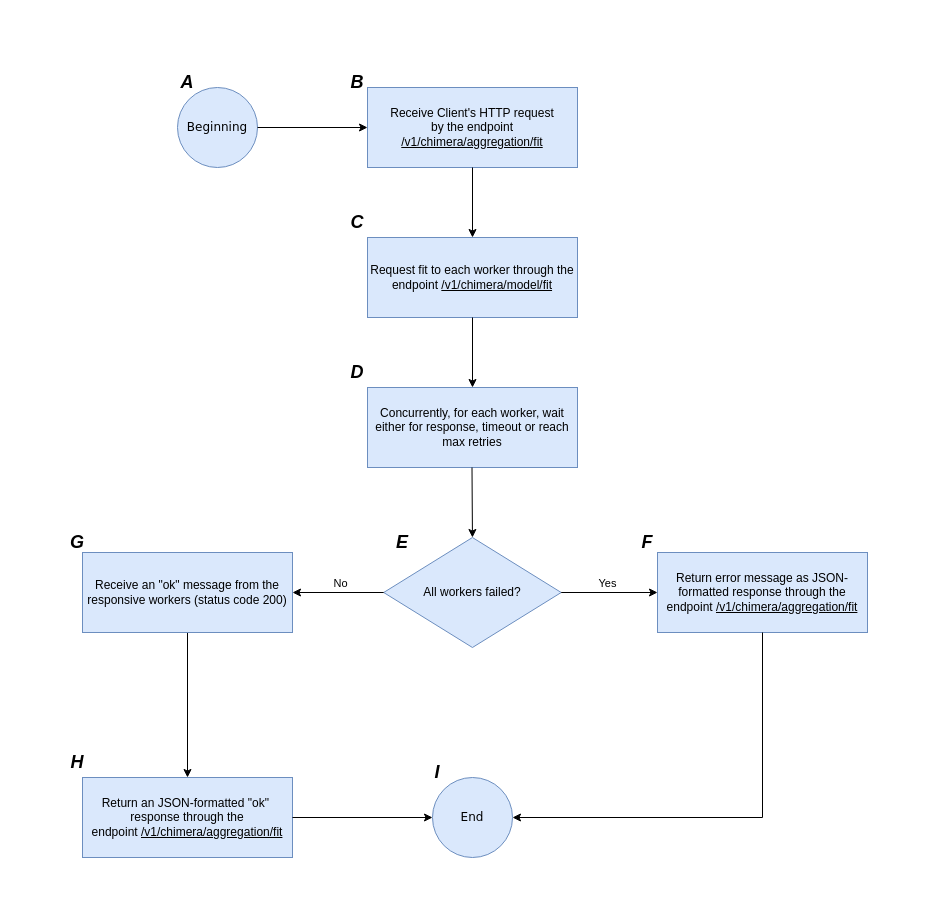
Before: images/master/aggregation_master_fit_state_machine_flowchart.drawio in Samirnunes/chimera, a draw.io diagram. Source tidied: cells renumbered, new cells numbered last; positions are measured from the earlier drawing's top-left corner, leaving out a move shared by most shapes. Both pictures are drawn from the tidied source at 100%, with x=0, y=0 at pixel (17, 17).
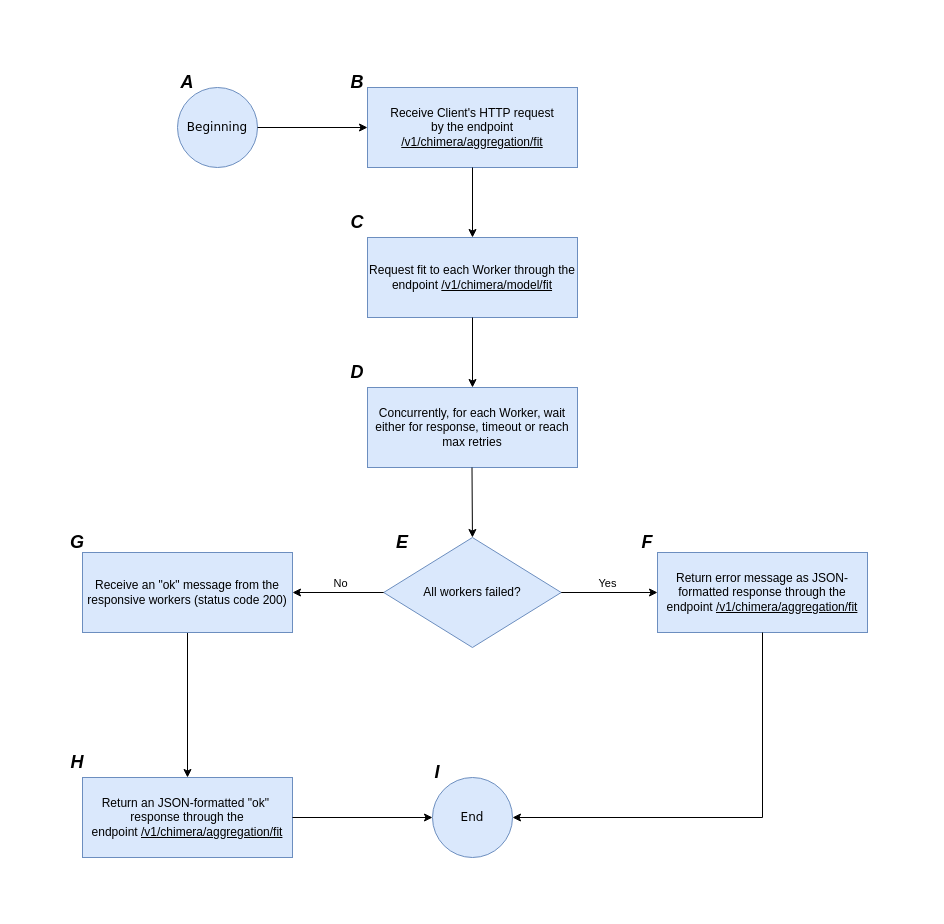
Above is the later version.

Diff of the diagram source:
```diff
@@
-    <mxCell id="6" value="Request fit to each worker through the endpoint &lt;u&gt;/v1/chimera/model/fit&lt;/u&gt;" style="rounded=0;whiteSpace=wrap;html=1;fillColor=#dae8fc;strokeColor=#6c8ebf;" parent="1" vertex="1">
+    <mxCell id="6" value="Request fit to each Worker through the endpoint &lt;u&gt;/v1/chimera/model/fit&lt;/u&gt;" style="rounded=0;whiteSpace=wrap;html=1;fillColor=#dae8fc;strokeColor=#6c8ebf;" parent="1" vertex="1">
       <mxGeometry x="350" y="220" width="210" height="80" as="geometry" />
     </mxCell>
@@
-    <mxCell id="14" value="Concurrently, for each worker, wait either for response, timeout or reach max retries" style="rounded=0;whiteSpace=wrap;html=1;fillColor=#dae8fc;strokeColor=#6c8ebf;" parent="1" vertex="1">
+    <mxCell id="14" value="Concurrently, for each Worker, wait either for response, timeout or reach max retries" style="rounded=0;whiteSpace=wrap;html=1;fillColor=#dae8fc;strokeColor=#6c8ebf;" parent="1" vertex="1">
       <mxGeometry x="350" y="370" width="210" height="80" as="geometry" />
     </mxCell>
```
